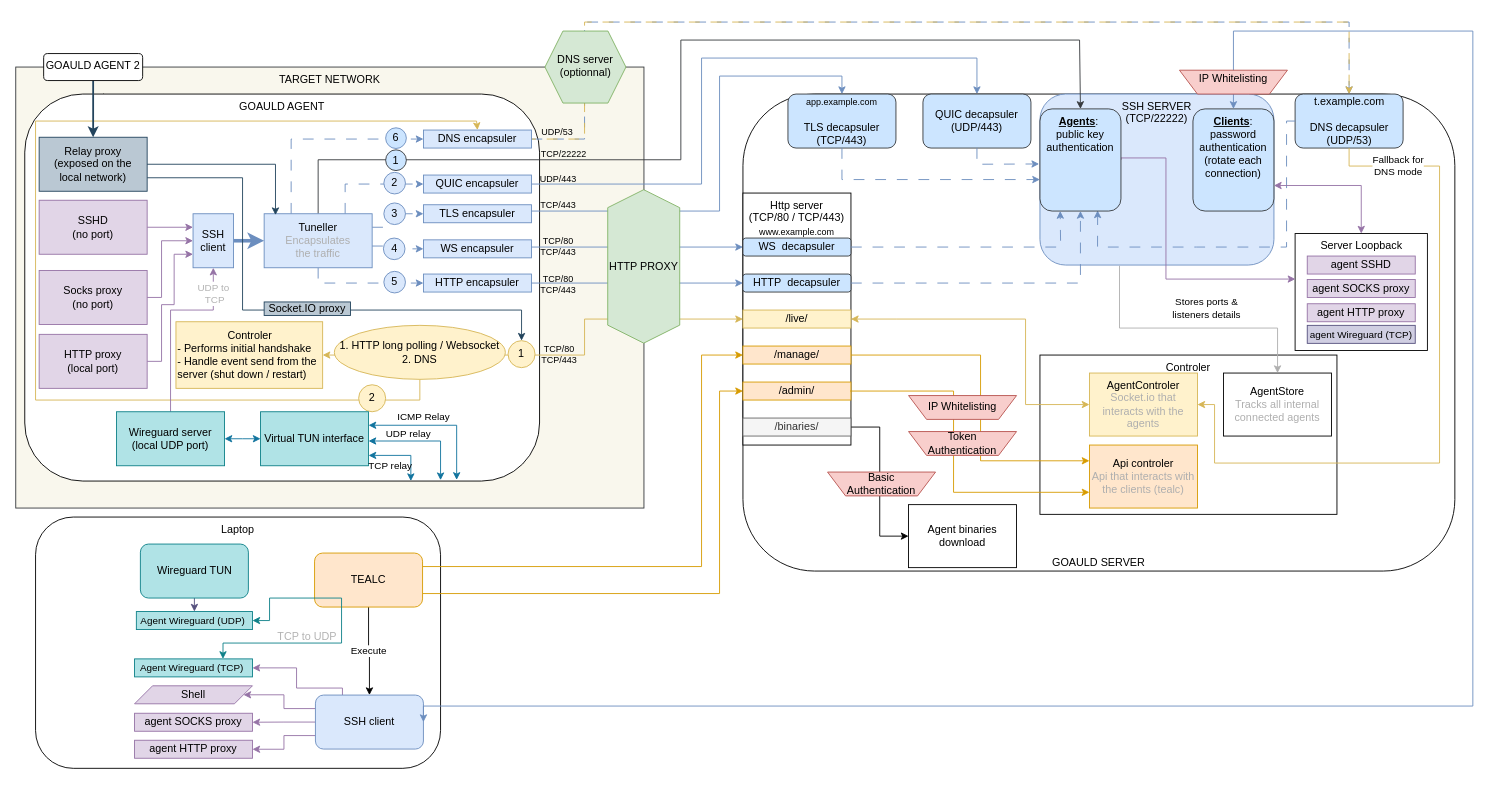
Above: page "Copie de Page-1" (1 of 3) of img/Goauld.drawio in Hazegard/Goauld (draw.io), before the change. Source tidied: cells renumbered, new cells numbered last; positions are measured from the earlier drawing's top-left corner, leaving out a move shared by most shapes. Both pictures are drawn from the tidied source at 90%, with x=0, y=0 at pixel (15, 22).
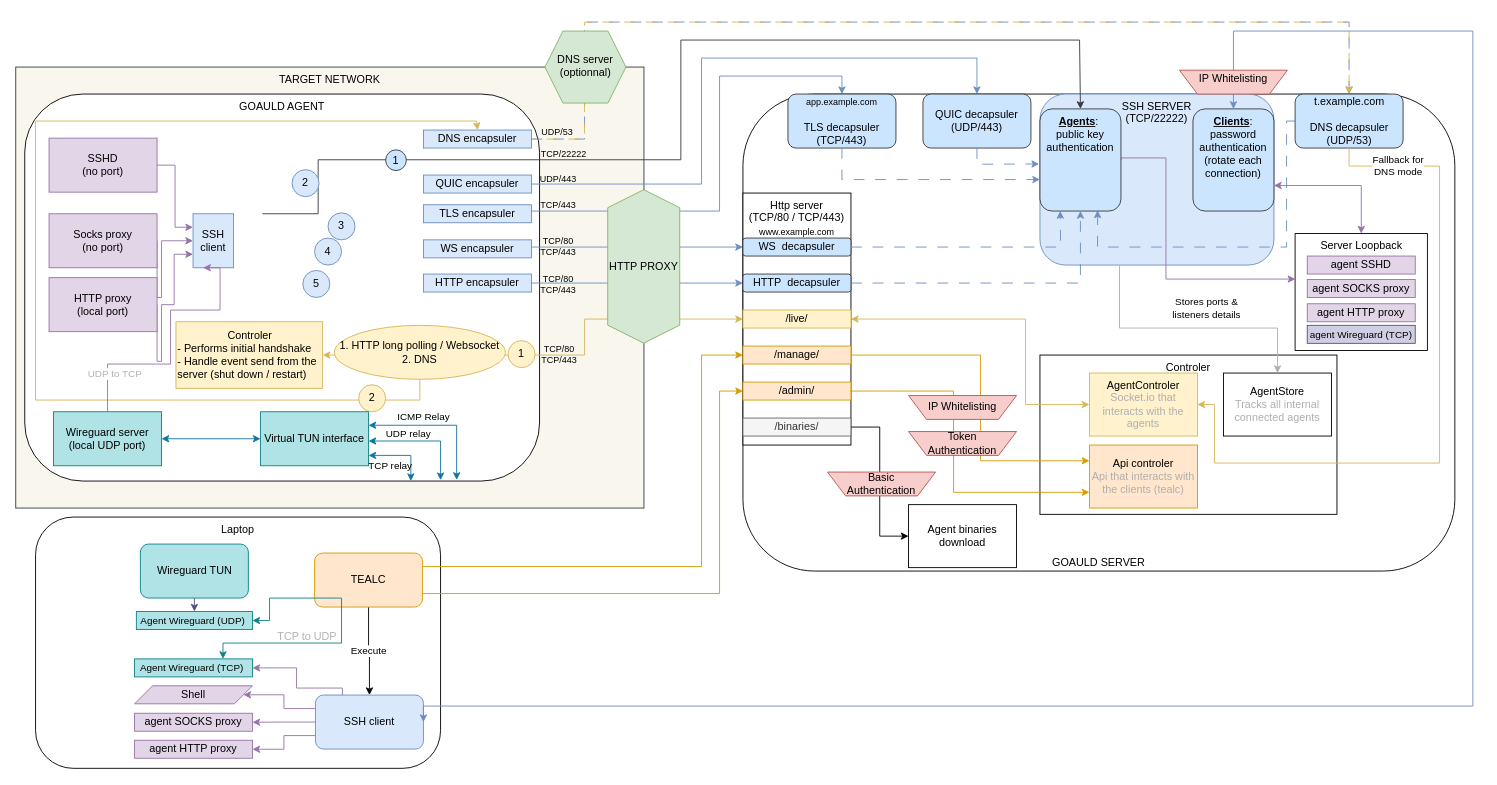
Above is the later version.

Unchanged cells that the change refers to:
```xml
<mxCell id="33" value="GOAULD AGENT" style="rounded=1;whiteSpace=wrap;html=1;verticalAlign=top;" parent="1" vertex="1">
  <mxGeometry x="10" y="80" width="572" height="430" as="geometry" />
</mxCell>
<mxCell id="47" value="SSH client" style="rounded=0;whiteSpace=wrap;html=1;fillColor=#dae8fc;strokeColor=#6c8ebf;" parent="1" vertex="1">
  <mxGeometry x="197" y="213" width="45" height="60" as="geometry" />
</mxCell>
<mxCell id="49" value="WS encapsuler" style="rounded=0;whiteSpace=wrap;html=1;fillColor=#dae8fc;strokeColor=#6c8ebf;" parent="1" vertex="1">
  <mxGeometry x="453" y="242" width="120" height="20" as="geometry" />
</mxCell>
<mxCell id="51" value="HTTP encapsuler" style="rounded=0;whiteSpace=wrap;html=1;fillColor=#dae8fc;strokeColor=#6c8ebf;" parent="1" vertex="1">
  <mxGeometry x="453" y="280" width="120" height="20" as="geometry" />
</mxCell>
<mxCell id="54" value="DNS encapsuler" style="rounded=0;whiteSpace=wrap;html=1;fillColor=#dae8fc;strokeColor=#6c8ebf;" parent="1" vertex="1">
  <mxGeometry x="453" y="120" width="120" height="20" as="geometry" />
</mxCell>
<mxCell id="56" value="TLS encapsuler" style="rounded=0;whiteSpace=wrap;html=1;fillColor=#dae8fc;strokeColor=#6c8ebf;" parent="1" vertex="1">
  <mxGeometry x="453" y="203" width="120" height="20" as="geometry" />
</mxCell>
<mxCell id="58" value="QUIC encapsuler" style="rounded=0;whiteSpace=wrap;html=1;fillColor=#dae8fc;strokeColor=#6c8ebf;" parent="1" vertex="1">
  <mxGeometry x="453" y="170" width="120" height="20" as="geometry" />
</mxCell>
<mxCell id="81" value="&lt;b style=&quot;text-align: left;&quot;&gt;&lt;u&gt;Agents&lt;/u&gt;&lt;/b&gt;&lt;span style=&quot;text-align: left;&quot;&gt;:&amp;nbsp;&lt;/span&gt;&lt;div&gt;&lt;span style=&quot;text-align: left;&quot;&gt;public key authentication&lt;/span&gt;&lt;/div&gt;" style="rounded=1;whiteSpace=wrap;html=1;shadow=0;fillColor=#cce5ff;strokeColor=#36393d;verticalAlign=top;" parent="1" vertex="1">
  <mxGeometry x="1138" y="96.5" width="90" height="113.5" as="geometry" />
</mxCell>
<mxCell id="86" value="1" style="ellipse;whiteSpace=wrap;html=1;fillColor=#fff2cc;strokeColor=#d6b656;" parent="1" vertex="1">
  <mxGeometry x="547" y="354" width="30" height="30" as="geometry" />
</mxCell>
```

Diff of the diagram source:
```diff
@@
-    <mxCell id="32" style="edgeStyle=orthogonalEdgeStyle;rounded=0;jettySize=auto;html=1;exitX=0.153;exitY=-0.001;exitDx=0;exitDy=0;entryX=0.5;entryY=0;entryDx=0;entryDy=0;exitPerimeter=0;" parent="1" edge="1" source="33" target="130">
-      <mxGeometry relative="1" as="geometry">
-        <Array as="points">
-          <mxPoint x="97" y="90" />
-          <mxPoint x="97" y="90" />
-        </Array>
-      </mxGeometry>
-    </mxCell>
@@
     <mxCell id="35" value="SSHD&lt;div&gt;(no port)&lt;/div&gt;" style="rounded=0;whiteSpace=wrap;html=1;fillColor=#e1d5e7;strokeColor=#9673a6;" parent="1" vertex="1">
-      <mxGeometry x="26" y="198" width="120" height="60" as="geometry" />
+      <mxGeometry x="37" y="129" width="120" height="60" as="geometry" />
     </mxCell>
@@
     <mxCell id="37" value="Socks proxy&lt;div&gt;(no port)&lt;/div&gt;" style="rounded=0;whiteSpace=wrap;html=1;fillColor=#e1d5e7;strokeColor=#9673a6;" parent="1" vertex="1">
-      <mxGeometry x="26" y="276" width="120" height="60" as="geometry" />
+      <mxGeometry x="37" y="213" width="120" height="60" as="geometry" />
     </mxCell>
@@
     <mxCell id="39" value="HTTP proxy&lt;div&gt;(local port)&lt;/div&gt;" style="rounded=0;whiteSpace=wrap;html=1;fillColor=#e1d5e7;strokeColor=#9673a6;" parent="1" vertex="1">
-      <mxGeometry x="26" y="347" width="120" height="60" as="geometry" />
+      <mxGeometry x="37" y="284" width="120" height="60" as="geometry" />
     </mxCell>
-    <mxCell id="40" style="edgeStyle=orthogonalEdgeStyle;rounded=0;jettySize=auto;html=1;exitX=0.5;exitY=0;exitDx=0;exitDy=0;entryX=0.5;entryY=0;entryDx=0;entryDy=0;fillColor=#ffcccc;strokeColor=#36393d;" parent="1" edge="1" source="135" target="81">
+    <mxCell id="40" style="edgeStyle=orthogonalEdgeStyle;rounded=0;jettySize=auto;html=1;exitX=0.5;exitY=0;exitDx=0;exitDy=0;entryX=0.5;entryY=0;entryDx=0;entryDy=0;fillColor=#ffcccc;strokeColor=#36393d;" parent="1" edge="1" target="81">
       <mxGeometry relative="1" as="geometry">
+        <mxPoint x="274" y="213" as="sourcePoint" />
         <Array as="points">
           <mxPoint x="336" y="153" />
           <mxPoint x="739" y="153" />
           <mxPoint x="739" y="20" />
           <mxPoint x="1182" y="20" />
           <mxPoint x="1182" y="96" />
         </Array>
       </mxGeometry>
     </mxCell>
-    <mxCell id="41" style="edgeStyle=orthogonalEdgeStyle;rounded=0;jettySize=auto;html=1;exitX=0.25;exitY=0;exitDx=0;exitDy=0;entryX=0;entryY=0.5;entryDx=0;entryDy=0;fillColor=#dae8fc;strokeColor=#6c8ebf;dashed=1;dashPattern=12 12;" parent="1" edge="1" source="135" target="54">
+    <mxCell id="41" style="edgeStyle=orthogonalEdgeStyle;rounded=0;jettySize=auto;html=1;exitX=0.25;exitY=0;exitDx=0;exitDy=0;entryX=0;entryY=0.5;entryDx=0;entryDy=0;fillColor=#dae8fc;strokeColor=#6c8ebf;dashed=1;dashPattern=12 12;" parent="1" edge="1" target="54">
       <mxGeometry relative="1" as="geometry" />
     </mxCell>
-    <mxCell id="42" style="edgeStyle=orthogonalEdgeStyle;rounded=0;jettySize=auto;html=1;exitX=0.75;exitY=0;exitDx=0;exitDy=0;entryX=0;entryY=0.5;entryDx=0;entryDy=0;fillColor=#dae8fc;strokeColor=#6c8ebf;dashed=1;dashPattern=12 12;" parent="1" edge="1" source="135" target="58">
+    <mxCell id="42" style="edgeStyle=orthogonalEdgeStyle;rounded=0;jettySize=auto;html=1;exitX=0.75;exitY=0;exitDx=0;exitDy=0;entryX=0;entryY=0.5;entryDx=0;entryDy=0;fillColor=#dae8fc;strokeColor=#6c8ebf;dashed=1;dashPattern=12 12;" parent="1" edge="1" target="58">
       <mxGeometry relative="1" as="geometry" />
     </mxCell>
-    <mxCell id="43" style="edgeStyle=orthogonalEdgeStyle;rounded=0;jettySize=auto;html=1;exitX=1;exitY=0.25;exitDx=0;exitDy=0;entryX=0;entryY=0.5;entryDx=0;entryDy=0;fillColor=#dae8fc;strokeColor=#6c8ebf;dashed=1;dashPattern=12 12;" parent="1" edge="1" source="135" target="56">
+    <mxCell id="43" style="edgeStyle=orthogonalEdgeStyle;rounded=0;jettySize=auto;html=1;exitX=1;exitY=0.25;exitDx=0;exitDy=0;entryX=0;entryY=0.5;entryDx=0;entryDy=0;fillColor=#dae8fc;strokeColor=#6c8ebf;dashed=1;dashPattern=12 12;" parent="1" edge="1" target="56">
       <mxGeometry relative="1" as="geometry">
         <Array as="points">
           <mxPoint x="396" y="228" />
           <mxPoint x="412" y="228" />
           <mxPoint x="412" y="213" />
         </Array>
       </mxGeometry>
     </mxCell>
-    <mxCell id="44" style="edgeStyle=orthogonalEdgeStyle;rounded=0;jettySize=auto;html=1;exitX=0.999;exitY=0.598;exitDx=0;exitDy=0;entryX=0;entryY=0.5;entryDx=0;entryDy=0;fillColor=#dae8fc;strokeColor=#6c8ebf;dashed=1;dashPattern=12 12;exitPerimeter=0;" parent="1" edge="1" source="135" target="49">
+    <mxCell id="44" style="edgeStyle=orthogonalEdgeStyle;rounded=0;jettySize=auto;html=1;exitX=0.999;exitY=0.598;exitDx=0;exitDy=0;entryX=0;entryY=0.5;entryDx=0;entryDy=0;fillColor=#dae8fc;strokeColor=#6c8ebf;dashed=1;dashPattern=12 12;exitPerimeter=0;" parent="1" edge="1" target="49">
       <mxGeometry relative="1" as="geometry" />
     </mxCell>
-    <mxCell id="45" style="edgeStyle=orthogonalEdgeStyle;rounded=0;jettySize=auto;html=1;exitX=0.5;exitY=1;exitDx=0;exitDy=0;entryX=0;entryY=0.5;entryDx=0;entryDy=0;fillColor=#dae8fc;strokeColor=#6c8ebf;dashed=1;dashPattern=12 12;" parent="1" edge="1" source="135" target="51">
+    <mxCell id="45" style="edgeStyle=orthogonalEdgeStyle;rounded=0;jettySize=auto;html=1;exitX=0.5;exitY=1;exitDx=0;exitDy=0;entryX=0;entryY=0.5;entryDx=0;entryDy=0;fillColor=#dae8fc;strokeColor=#6c8ebf;dashed=1;dashPattern=12 12;" parent="1" edge="1" target="51">
       <mxGeometry relative="1" as="geometry">
         <Array as="points">
           <mxPoint x="336" y="290" />
         </Array>
       </mxGeometry>
     </mxCell>
-    <mxCell id="46" style="edgeStyle=orthogonalEdgeStyle;rounded=0;jettySize=auto;html=1;exitX=1;exitY=0.5;exitDx=0;exitDy=0;entryX=0;entryY=0.5;entryDx=0;entryDy=0;strokeWidth=4;fillColor=#dae8fc;strokeColor=#6c8ebf;" parent="1" edge="1" source="47" target="135">
+    <mxCell id="46" style="edgeStyle=orthogonalEdgeStyle;rounded=0;jettySize=auto;html=1;exitX=1;exitY=0.5;exitDx=0;exitDy=0;entryX=0;entryY=0.5;entryDx=0;entryDy=0;strokeWidth=4;fillColor=#dae8fc;strokeColor=#6c8ebf;" parent="1" edge="1" source="47">
       <mxGeometry relative="1" as="geometry" />
     </mxCell>
@@
     <mxCell id="62" value="2" style="ellipse;whiteSpace=wrap;html=1;fillColor=#dae8fc;strokeColor=#6c8ebf;" parent="1" vertex="1">
-      <mxGeometry x="409" y="167" width="24" height="24" as="geometry" />
+      <mxGeometry x="307" y="164" width="30" height="30" as="geometry" />
     </mxCell>
+    <mxCell id="131" value="3" style="ellipse;whiteSpace=wrap;html=1;fillColor=#dae8fc;strokeColor=#6c8ebf;" parent="1" vertex="1">
+      <mxGeometry x="347" y="212" width="30" height="30" as="geometry" />
+    </mxCell>
+    <mxCell id="132" value="4" style="ellipse;whiteSpace=wrap;html=1;fillColor=#dae8fc;strokeColor=#6c8ebf;" parent="1" vertex="1">
+      <mxGeometry x="332" y="240" width="30" height="30" as="geometry" />
+    </mxCell>
+    <mxCell id="133" value="5" style="ellipse;whiteSpace=wrap;html=1;fillColor=#dae8fc;strokeColor=#6c8ebf;" parent="1" vertex="1">
+      <mxGeometry x="319" y="276" width="30" height="30" as="geometry" />
+    </mxCell>
@@
-    <mxCell id="112" style="edgeStyle=orthogonalEdgeStyle;rounded=0;jettySize=auto;html=1;exitX=0.5;exitY=0;exitDx=0;exitDy=0;entryX=0.5;entryY=1;entryDx=0;entryDy=0;fillColor=#e1d5e7;strokeColor=#9673a6;" parent="1" edge="1" source="114" target="47">
+    <mxCell id="112" style="edgeStyle=orthogonalEdgeStyle;rounded=0;jettySize=auto;html=1;exitX=0.5;exitY=0;exitDx=0;exitDy=0;entryX=0.25;entryY=1;entryDx=0;entryDy=0;fillColor=#e1d5e7;strokeColor=#9673a6;" parent="1" edge="1" source="114" target="47">
       <mxGeometry relative="1" as="geometry">
         <Array as="points">
+          <mxPoint x="102" y="380" />
+          <mxPoint x="172" y="380" />
           <mxPoint x="172" y="320" />
-          <mxPoint x="220" y="320" />
-          <mxPoint x="220" y="273" />
+          <mxPoint x="227" y="320" />
         </Array>
       </mxGeometry>
     </mxCell>
-    <mxCell id="113" value="UDP to&amp;nbsp;&lt;div&gt;TCP&lt;/div&gt;" style="edgeLabel;html=1;align=center;verticalAlign=middle;fontColor=#B3B3B3;" parent="112" vertex="1">
+    <mxCell id="113" value="UDP to TCP" style="edgeLabel;html=1;align=center;verticalAlign=middle;fontColor=#B3B3B3;" parent="112" vertex="1">
       <mxGeometry x="-0.34" y="-3" relative="1" as="geometry">
-        <mxPoint x="45" y="-64" as="offset" />
+        <mxPoint x="-40" y="7" as="offset" />
       </mxGeometry>
     </mxCell>
     <mxCell id="114" value="Wireguard server&lt;div&gt;(local UDP port)&lt;/div&gt;" style="rounded=0;whiteSpace=wrap;html=1;fillColor=#b0e3e6;strokeColor=#0e8088;" parent="1" vertex="1">
-      <mxGeometry x="112" y="433" width="120" height="60" as="geometry" />
+      <mxGeometry x="42" y="433" width="120" height="60" as="geometry" />
     </mxCell>
@@
-    <mxCell id="129" style="edgeStyle=orthogonalEdgeStyle;rounded=0;jettySize=auto;html=1;exitX=1;exitY=0.75;exitDx=0;exitDy=0;entryX=0.5;entryY=0;entryDx=0;entryDy=0;fillColor=#bac8d3;strokeColor=#23445d;" parent="1" edge="1" source="130" target="86">
-      <mxGeometry relative="1" as="geometry">
-        <Array as="points">
-          <mxPoint x="252" y="173" />
-          <mxPoint x="252" y="320" />
-          <mxPoint x="562" y="320" />
-        </Array>
-      </mxGeometry>
-    </mxCell>
-    <mxCell id="130" value="Relay proxy&lt;div&gt;(exposed on the&lt;/div&gt;&lt;div&gt;local network)&lt;/div&gt;" style="rounded=0;whiteSpace=wrap;html=1;fillColor=#bac8d3;strokeColor=#23445d;" parent="1" vertex="1">
-      <mxGeometry x="26" y="128" width="120" height="60" as="geometry" />
-    </mxCell>
-    <mxCell id="131" value="3" style="ellipse;whiteSpace=wrap;html=1;fillColor=#dae8fc;strokeColor=#6c8ebf;" parent="1" vertex="1">
-      <mxGeometry x="409" y="201" width="24" height="24" as="geometry" />
-    </mxCell>
-    <mxCell id="132" value="4" style="ellipse;whiteSpace=wrap;html=1;fillColor=#dae8fc;strokeColor=#6c8ebf;" parent="1" vertex="1">
-      <mxGeometry x="408.5" y="240" width="24" height="24" as="geometry" />
-    </mxCell>
-    <mxCell id="133" value="5" style="ellipse;whiteSpace=wrap;html=1;fillColor=#dae8fc;strokeColor=#6c8ebf;" parent="1" vertex="1">
-      <mxGeometry x="409" y="277" width="24" height="24" as="geometry" />
-    </mxCell>
-    <mxCell id="134" value="6" style="ellipse;whiteSpace=wrap;html=1;fillColor=#cce5ff;strokeColor=#6C8EBF;" parent="1" vertex="1">
-      <mxGeometry x="411" y="117.5" width="23" height="23" as="geometry" />
-    </mxCell>
-    <mxCell id="135" value="Tuneller&lt;div&gt;&lt;font color=&quot;#afafaf&quot;&gt;Encapsulates&lt;/font&gt;&lt;/div&gt;&lt;div&gt;&lt;font color=&quot;#afafaf&quot;&gt;the traffic&lt;/font&gt;&lt;/div&gt;" style="rounded=0;whiteSpace=wrap;html=1;fillColor=#dae8fc;strokeColor=#6c8ebf;" parent="1" vertex="1">
-      <mxGeometry x="276" y="213" width="120" height="60" as="geometry" />
-    </mxCell>
-    <mxCell id="136" style="edgeStyle=orthogonalEdgeStyle;rounded=0;jettySize=auto;html=1;exitX=1;exitY=0.5;exitDx=0;exitDy=0;entryX=0.105;entryY=0.025;entryDx=0;entryDy=0;entryPerimeter=0;fillColor=#bac8d3;strokeColor=#23445d;" parent="1" edge="1" source="130" target="135">
-      <mxGeometry relative="1" as="geometry" />
-    </mxCell>
-    <mxCell id="137" style="edgeStyle=orthogonalEdgeStyle;rounded=0;jettySize=auto;html=1;exitX=0.5;exitY=1;exitDx=0;exitDy=0;entryX=0.5;entryY=0;entryDx=0;entryDy=0;fillColor=#bac8d3;strokeColor=#23445d;strokeWidth=2;curved=0;" parent="1" edge="1" source="138" target="130">
-      <mxGeometry relative="1" as="geometry" />
-    </mxCell>
-    <mxCell id="138" value="GOAULD AGENT 2" style="rounded=1;whiteSpace=wrap;html=1;verticalAlign=top;" parent="1" vertex="1">
-      <mxGeometry x="31" y="35" width="110" height="30" as="geometry" />
-    </mxCell>
-    <mxCell id="139" value="Socket.IO proxy" style="rounded=0;whiteSpace=wrap;html=1;fillColor=#bac8d3;strokeColor=#23445d;" parent="1" vertex="1">
-      <mxGeometry x="276" y="311" width="96" height="15" as="geometry" />
-    </mxCell>
```
